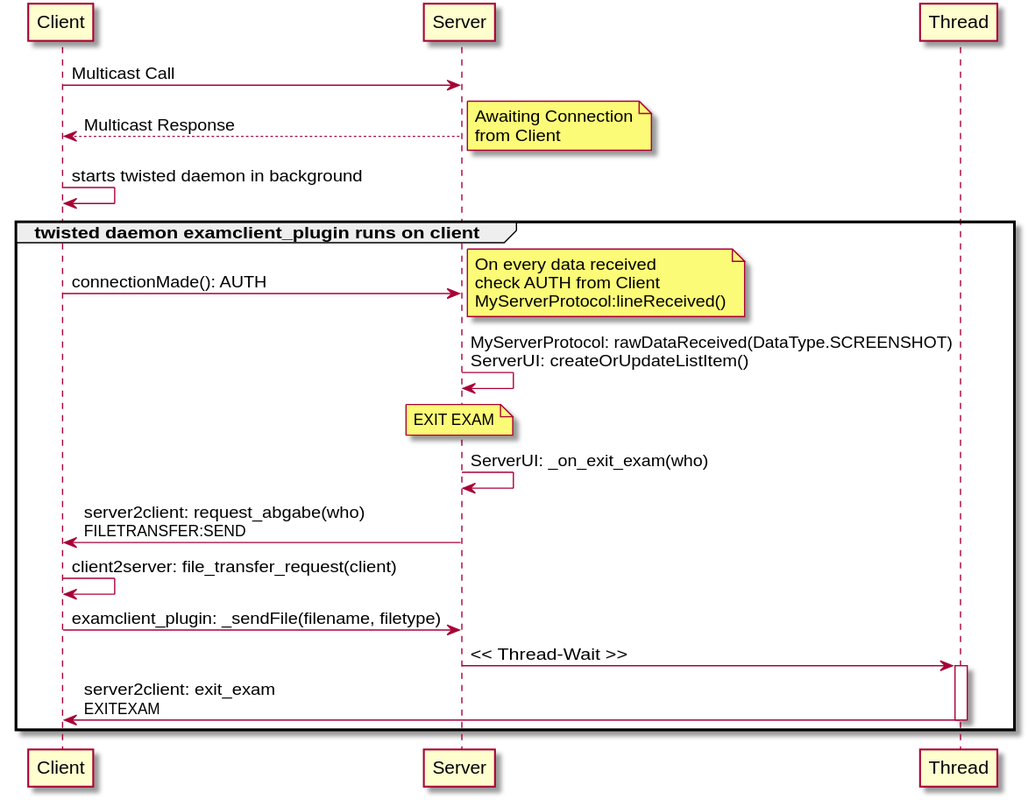
Above: UML/sequenceDiagram.svg in valueerrorx/life-exam (PlantUML), before the change.
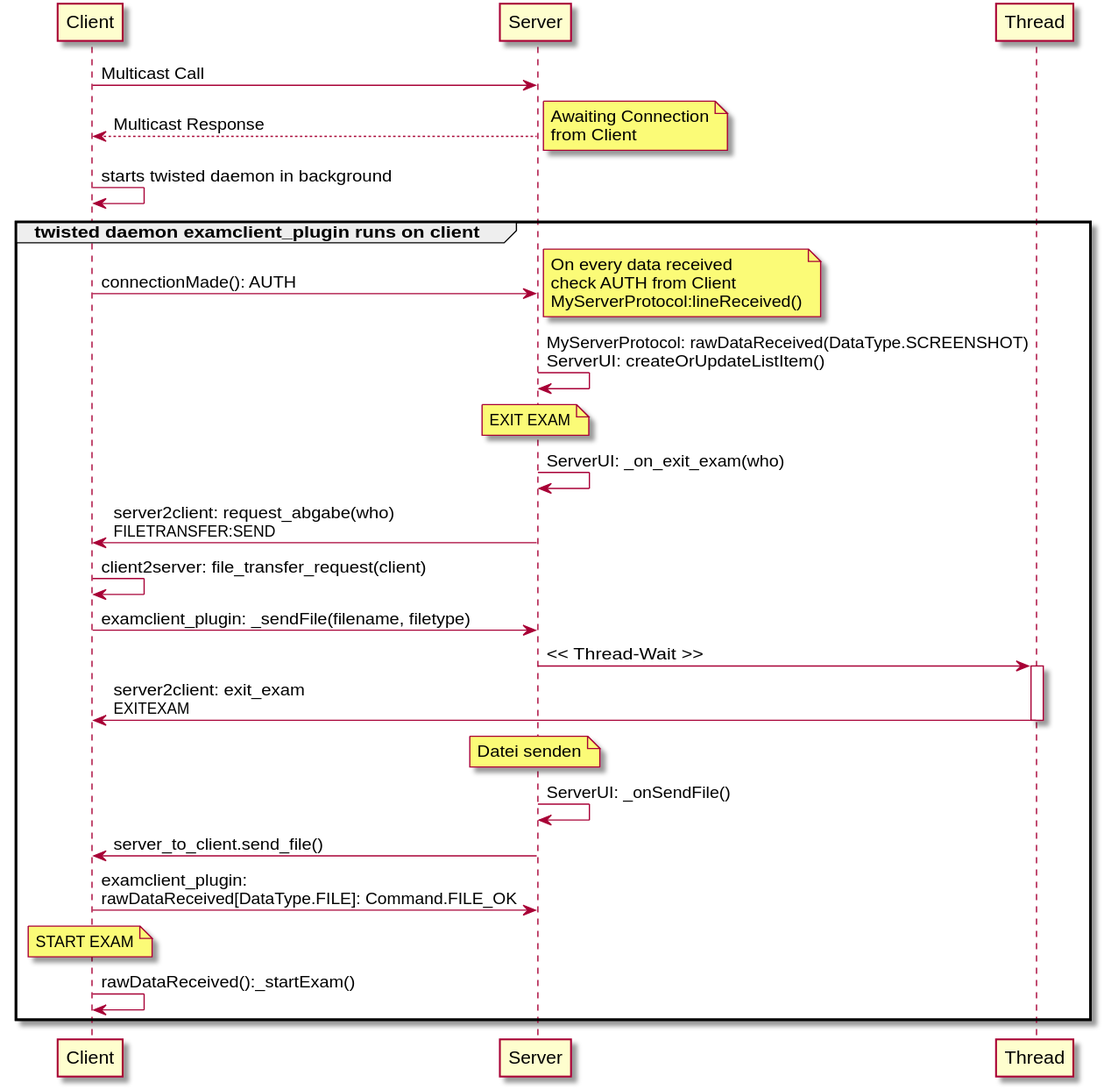
After the commit.

Diff of the diagram source:
```diff
@@ -23,6 +23,14 @@
 	Thread -> Client: server2client: exit_exam\nEXITEXAM
 	deactivate Thread
 
+	note over Server: Datei senden
+	Server -> Server: ServerUI: _onSendFile()
+	Server -> Client: server_to_client.send_file()
+	Client -> Server: examclient_plugin:\nrawDataReceived[DataType.FILE]: Command.FILE_OK
+
+	note over Client: START EXAM
+	Client -> Client: rawDataReceived():_startExam()
+
 
 end
 
```
